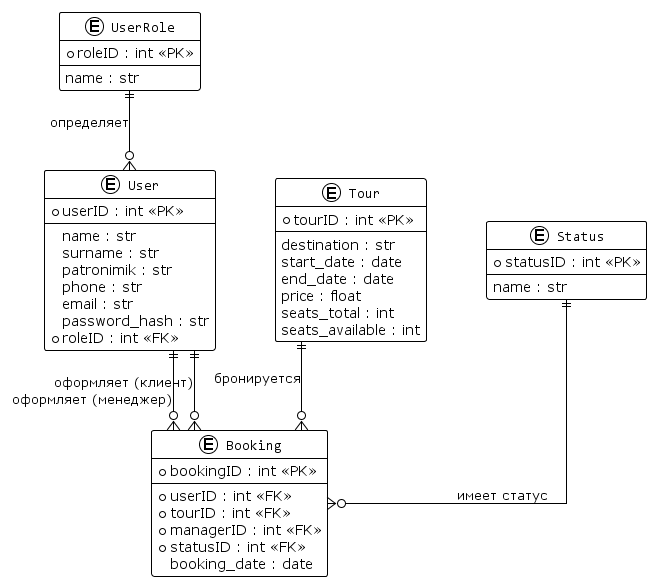
ILY865/lab2 keeps this PlantUML diagram as docs/diagrams/er_diagram.png. Above is the earlier version. Source of this version:
```plantuml
@startuml
!theme plain
skinparam linetype ortho
skinparam nodesep 60
skinparam ranksep 80

skinparam class {
    BackgroundColor White
    BorderColor Black
    ArrowColor Black
    FontName Consolas
}


entity "UserRole" as UserRole {
  * roleID : int <<PK>>
  --
  name : str
}

entity "User" as User {
  * userID : int <<PK>>
  --
  name : str
  surname : str
  patronimik : str
  phone : str
  email : str
  password_hash : str
  * roleID : int <<FK>>
}

entity "Tour" as Tour {
  * tourID : int <<PK>>
  --
  destination : str
  start_date : date
  end_date : date
  price : float
  seats_total : int
  seats_available : int
}

entity "Status" as Status {
  * statusID : int <<PK>>
  --
  name : str
}

entity "Booking" as Booking {
  * bookingID : int <<PK>>
  --
  * userID : int <<FK>>
  * tourID : int <<FK>>
  * managerID : int <<FK>>
  * statusID : int <<FK>>
  booking_date : date
}


UserRole ||--o{ User : "определяет"
User ||--o{ Booking : "оформляет (клиент)"
User ||--o{ Booking : "оформляет (менеджер)"
Tour ||--o{ Booking : "бронируется"
Status ||--o{ Booking : "имеет статус"

@enduml
```
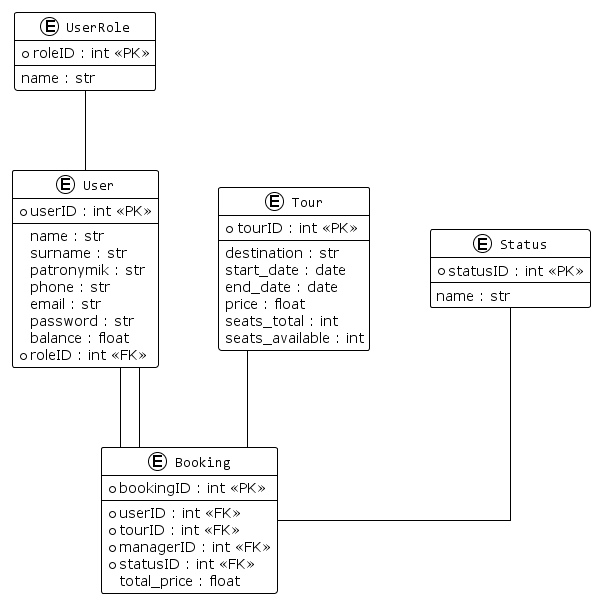
After the commit.

What changed in the source:
```diff
@@ -11,7 +11,6 @@
     FontName Consolas
 }
 
-
 entity "UserRole" as UserRole {
   * roleID : int <<PK>>
   --
@@ -23,10 +22,11 @@
   --
   name : str
   surname : str
-  patronimik : str
+  patronymik : str
   phone : str
   email : str
-  password_hash : str
+  password : str
+  balance : float
   * roleID : int <<FK>>
 }
 
@@ -54,14 +54,13 @@
   * tourID : int <<FK>>
   * managerID : int <<FK>>
   * statusID : int <<FK>>
-  booking_date : date
+  total_price : float
 }
 
-
-UserRole ||--o{ User : "определяет"
-User ||--o{ Booking : "оформляет (клиент)"
-User ||--o{ Booking : "оформляет (менеджер)"
-Tour ||--o{ Booking : "бронируется"
-Status ||--o{ Booking : "имеет статус"
+UserRole -- User
+User -- Booking
+User -- Booking
+Tour -- Booking
+Status -- Booking
 
 @enduml
```
